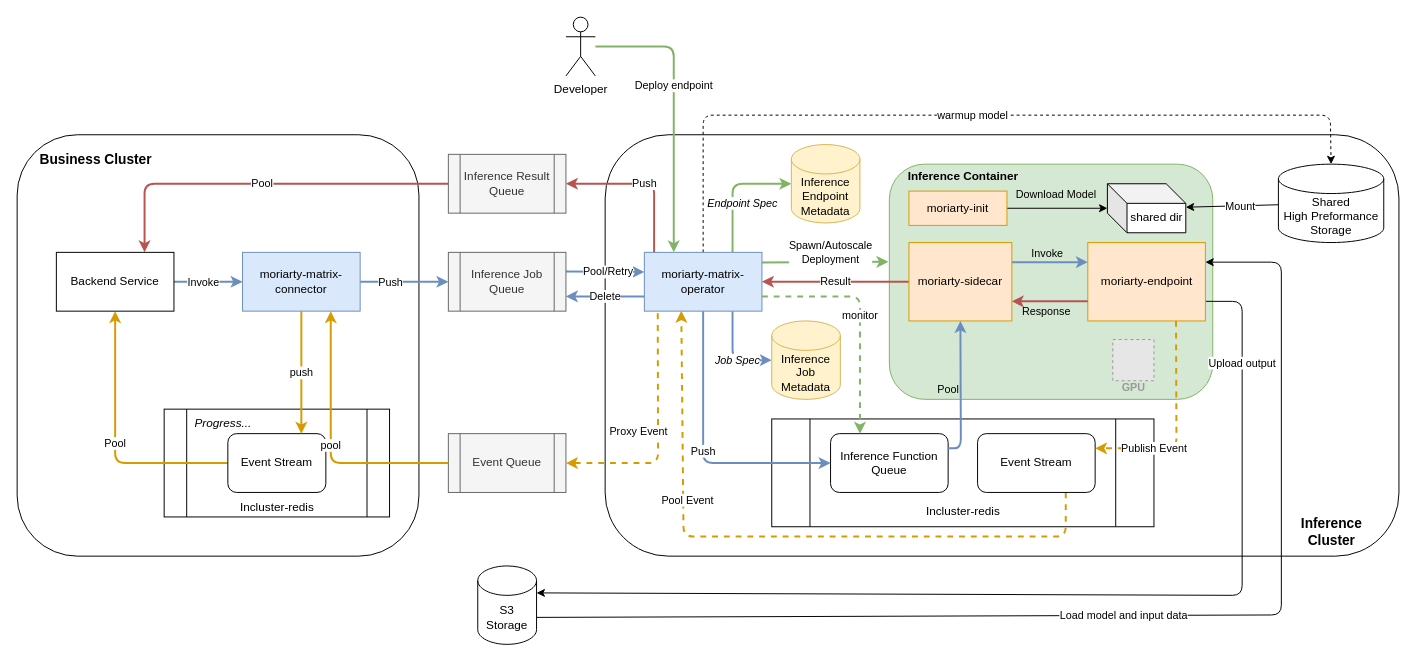
This is assets/Architecture.drawio from morph-studio/moriarty, a draw.io file, before an edit. Source tidied: cells renumbered, new cells numbered last; positions are measured from the earlier drawing's top-left corner, leaving out a move shared by most shapes. Both pictures are drawn from the tidied source at 98%, with x=0, y=0 at pixel (17, 17). Pictures stored in the file or linked from it are replaced by grey dashed boxes.
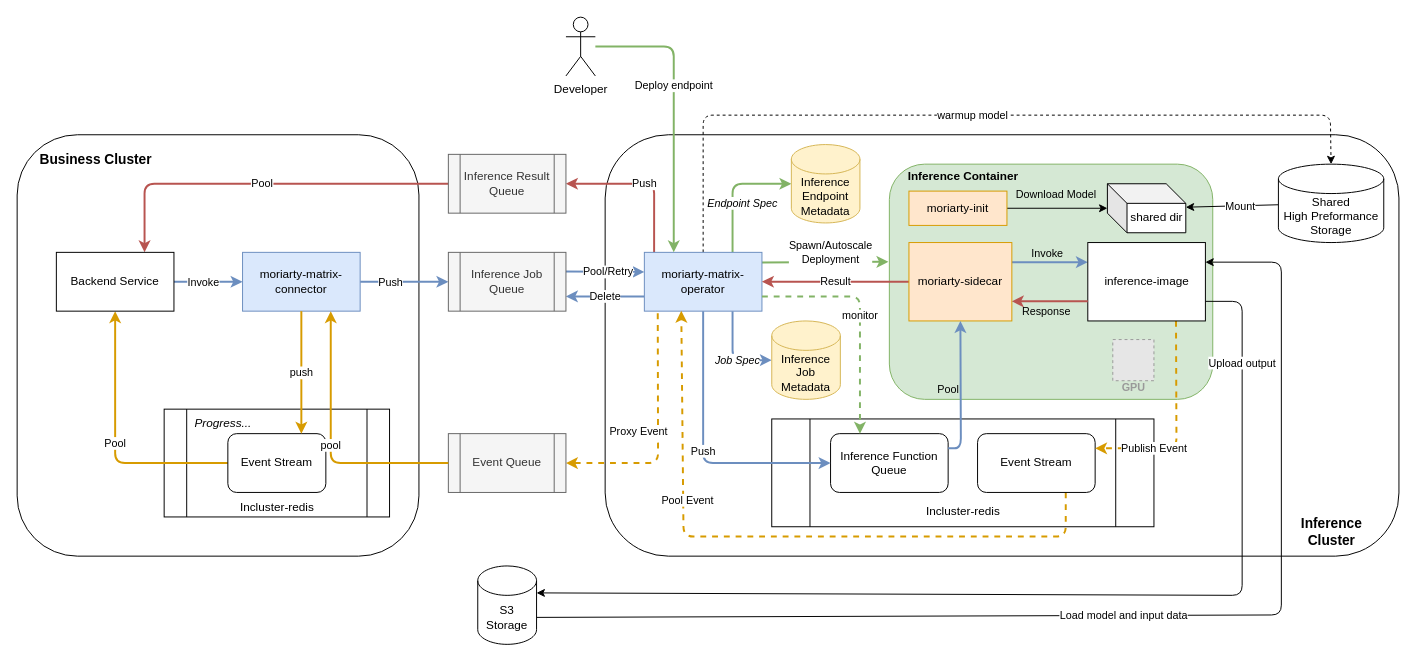
The same diagram, later.

The edit, as a diff of the source:
```diff
@@
-    <mxCell id="50" value="moriarty-endpoint" style="rounded=0;whiteSpace=wrap;html=1;fillColor=#ffe6cc;strokeColor=#d79b00;" parent="1" vertex="1">
+    <mxCell id="50" value="inference-image" style="rounded=0;whiteSpace=wrap;html=1;" parent="1" vertex="1">
       <mxGeometry x="1092.5" y="230" width="120" height="80" as="geometry" />
     </mxCell>
```
